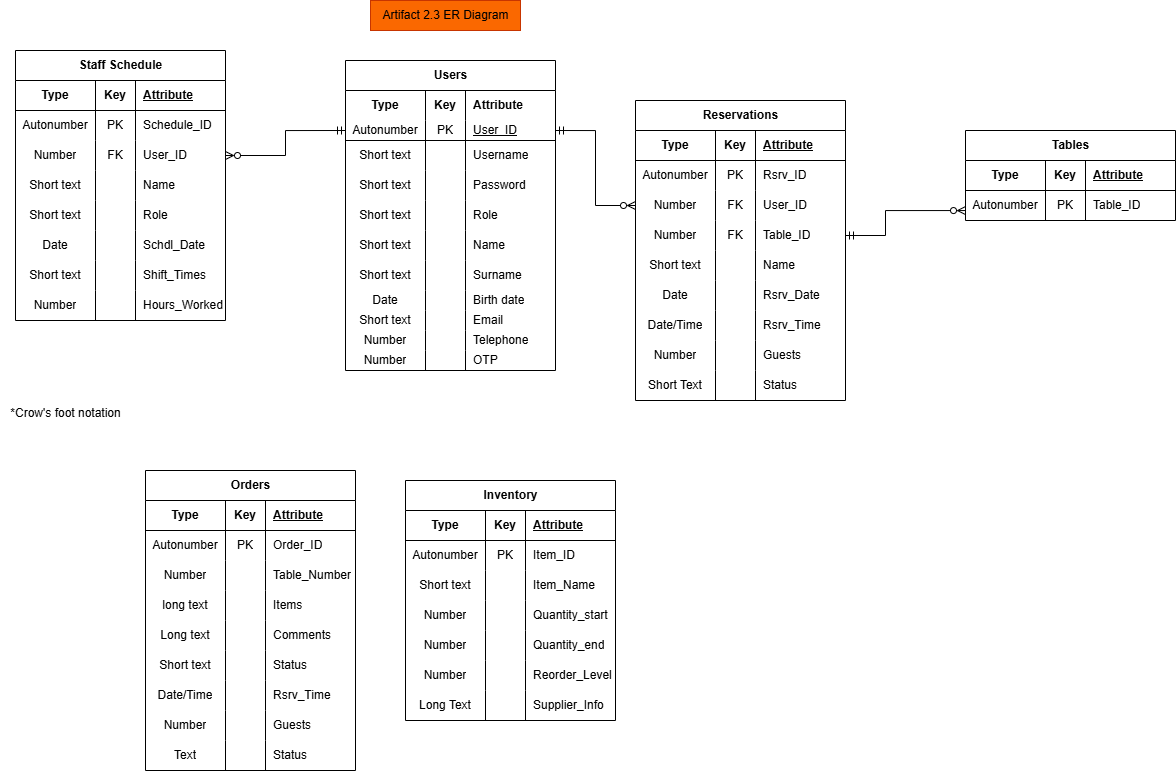
This is Evidence Folder/2. Design Artifacts/Artifact 2.3 ER Diagram.png from ReginaAqua/RestaurantManagementSystem, a draw.io export, as it was before one commit. Source tidied: cells renumbered, new cells last; positions are measured from the earlier drawing's top-left corner, leaving out a move shared by most shapes.
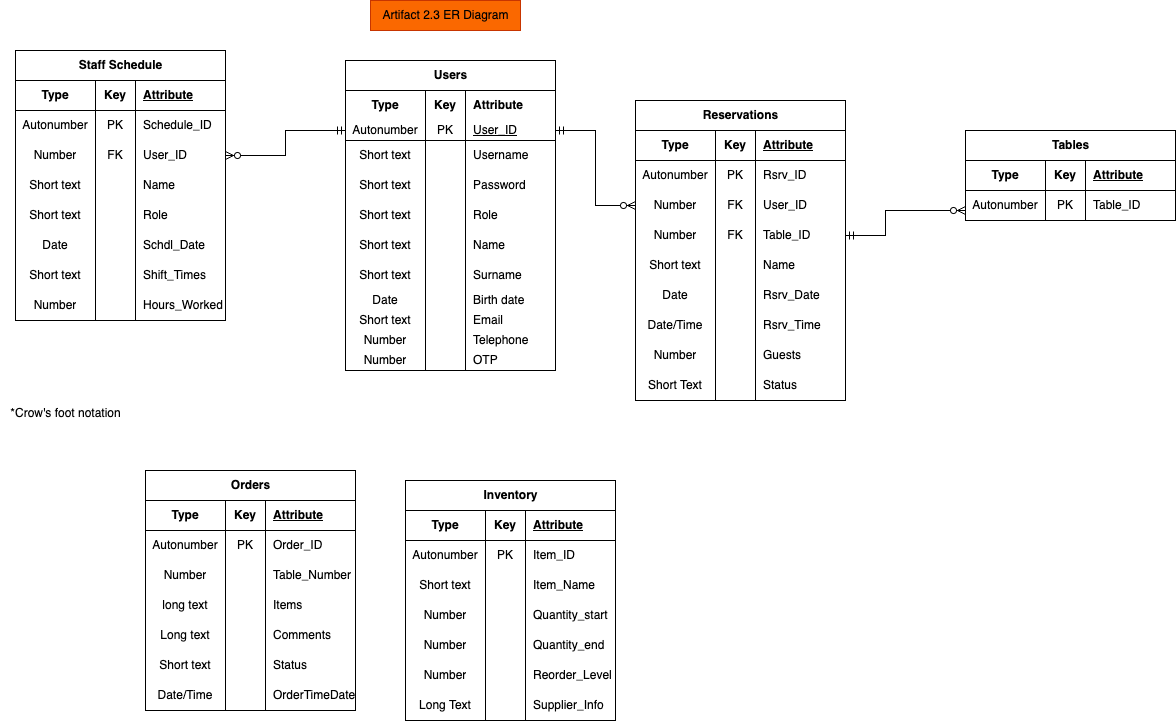
Later version of the same file.

Diff of the diagram source:
```diff
@@ -249,7 +249,7 @@
       <mxGeometry x="120" width="90" height="20" as="geometry" />
     </mxCell>
     <mxCell id="84" value="Orders" style="shape=table;startSize=30;rowLines=0;fontStyle=1;align=center;html=1;" parent="1" vertex="1">
-      <mxGeometry x="145" y="470" width="210" height="300" as="geometry" />
+      <mxGeometry x="145" y="470" width="210" height="240" as="geometry" />
     </mxCell>
     <mxCell id="85" style="shape=tableRow;horizontal=0;startSize=0;swimlaneHead=0;swimlaneBody=0;fillColor=none;top=0;left=0;right=0;bottom=1;" parent="84" vertex="1">
       <mxGeometry y="30" width="210" height="30" as="geometry" />
@@ -332,33 +332,9 @@
     <mxCell id="111" style="shape=partialRectangle;fillColor=none;top=0;left=0;bottom=0;right=0;overflow=hidden;whiteSpace=wrap;html=1;" parent="109" vertex="1">
       <mxGeometry x="80" width="40" height="30" as="geometry" />
     </mxCell>
-    <mxCell id="112" value="Rsrv_Time" style="shape=partialRectangle;fillColor=none;top=0;left=0;bottom=0;right=0;align=left;spacingLeft=6;overflow=hidden;whiteSpace=wrap;html=1;" parent="109" vertex="1">
+    <mxCell id="112" value="OrderTimeDate" style="shape=partialRectangle;fillColor=none;top=0;left=0;bottom=0;right=0;align=left;spacingLeft=6;overflow=hidden;whiteSpace=wrap;html=1;" parent="109" vertex="1">
       <mxGeometry x="120" width="90" height="30" as="geometry" />
     </mxCell>
-    <mxCell id="113" style="shape=tableRow;horizontal=0;startSize=0;swimlaneHead=0;swimlaneBody=0;fillColor=none;top=0;left=0;right=0;bottom=0;" parent="84" vertex="1">
-      <mxGeometry y="240" width="210" height="30" as="geometry" />
-    </mxCell>
-    <mxCell id="114" value="Number" style="shape=partialRectangle;fillColor=none;top=0;left=0;bottom=0;right=0;overflow=hidden;whiteSpace=wrap;html=1;" parent="113" vertex="1">
-      <mxGeometry width="80" height="30" as="geometry" />
-    </mxCell>
-    <mxCell id="115" style="shape=partialRectangle;fillColor=none;top=0;left=0;bottom=0;right=0;overflow=hidden;whiteSpace=wrap;html=1;" parent="113" vertex="1">
-      <mxGeometry x="80" width="40" height="30" as="geometry" />
-    </mxCell>
-    <mxCell id="116" value="Guests" style="shape=partialRectangle;fillColor=none;top=0;left=0;bottom=0;right=0;align=left;spacingLeft=6;overflow=hidden;whiteSpace=wrap;html=1;" parent="113" vertex="1">
-      <mxGeometry x="120" width="90" height="30" as="geometry" />
-    </mxCell>
-    <mxCell id="117" style="shape=tableRow;horizontal=0;startSize=0;swimlaneHead=0;swimlaneBody=0;fillColor=none;top=0;left=0;right=0;bottom=0;" parent="84" vertex="1">
-      <mxGeometry y="270" width="210" height="30" as="geometry" />
-    </mxCell>
-    <mxCell id="118" value="Text" style="shape=partialRectangle;fillColor=none;top=0;left=0;bottom=0;right=0;overflow=hidden;whiteSpace=wrap;html=1;" parent="117" vertex="1">
-      <mxGeometry width="80" height="30" as="geometry" />
-    </mxCell>
-    <mxCell id="119" style="shape=partialRectangle;fillColor=none;top=0;left=0;bottom=0;right=0;overflow=hidden;whiteSpace=wrap;html=1;" parent="117" vertex="1">
-      <mxGeometry x="80" width="40" height="30" as="geometry" />
-    </mxCell>
-    <mxCell id="120" value="Status" style="shape=partialRectangle;fillColor=none;top=0;left=0;bottom=0;right=0;align=left;spacingLeft=6;overflow=hidden;whiteSpace=wrap;html=1;" parent="117" vertex="1">
-      <mxGeometry x="120" width="90" height="30" as="geometry" />
-    </mxCell>
     <mxCell id="121" value="Inventory" style="shape=table;startSize=30;rowLines=0;fontStyle=1;align=center;html=1;" parent="1" vertex="1">
       <mxGeometry x="405" y="480" width="210" height="240" as="geometry" />
     </mxCell>
```
